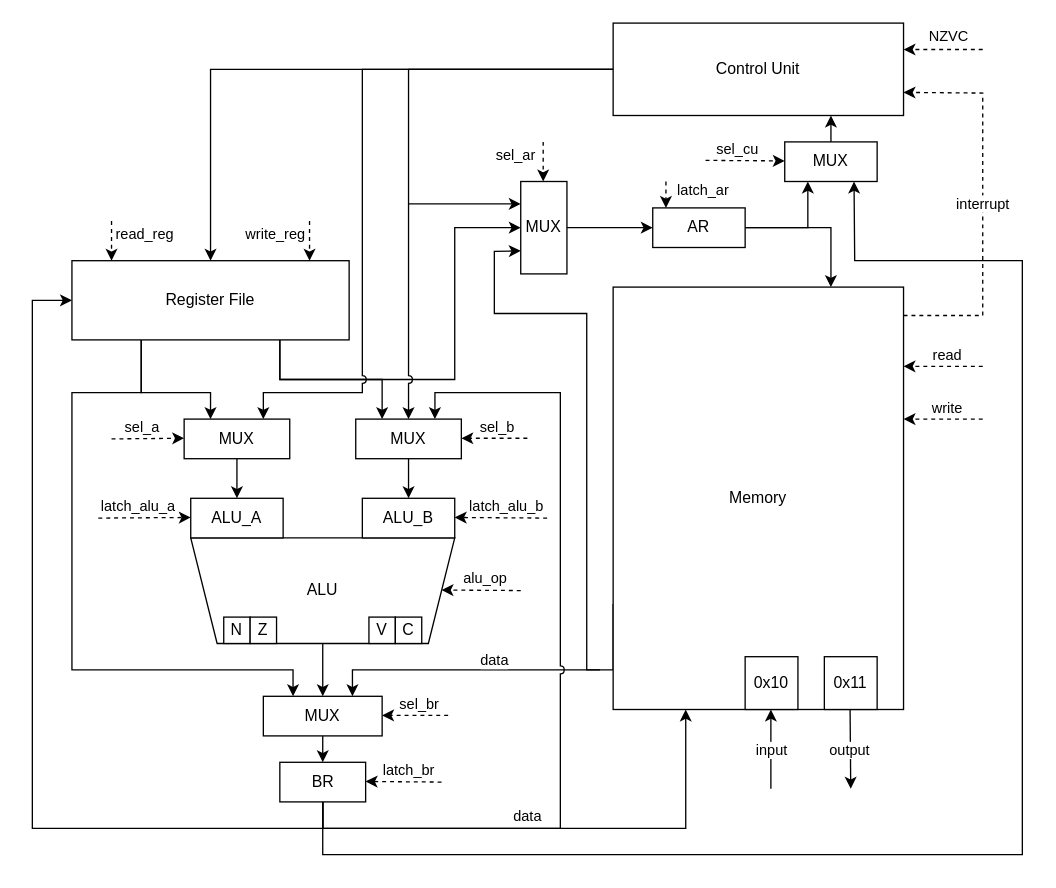
The draw.io diagram media/source/data_path.drawio in tenolly/csa-machine, before the edit. Source tidied: cells renumbered, new cells numbered last; positions are measured from the earlier drawing's top-left corner, leaving out a move shared by most shapes. Both pictures are drawn from the tidied source at 132%, with x=0, y=0 at pixel (32, 22).
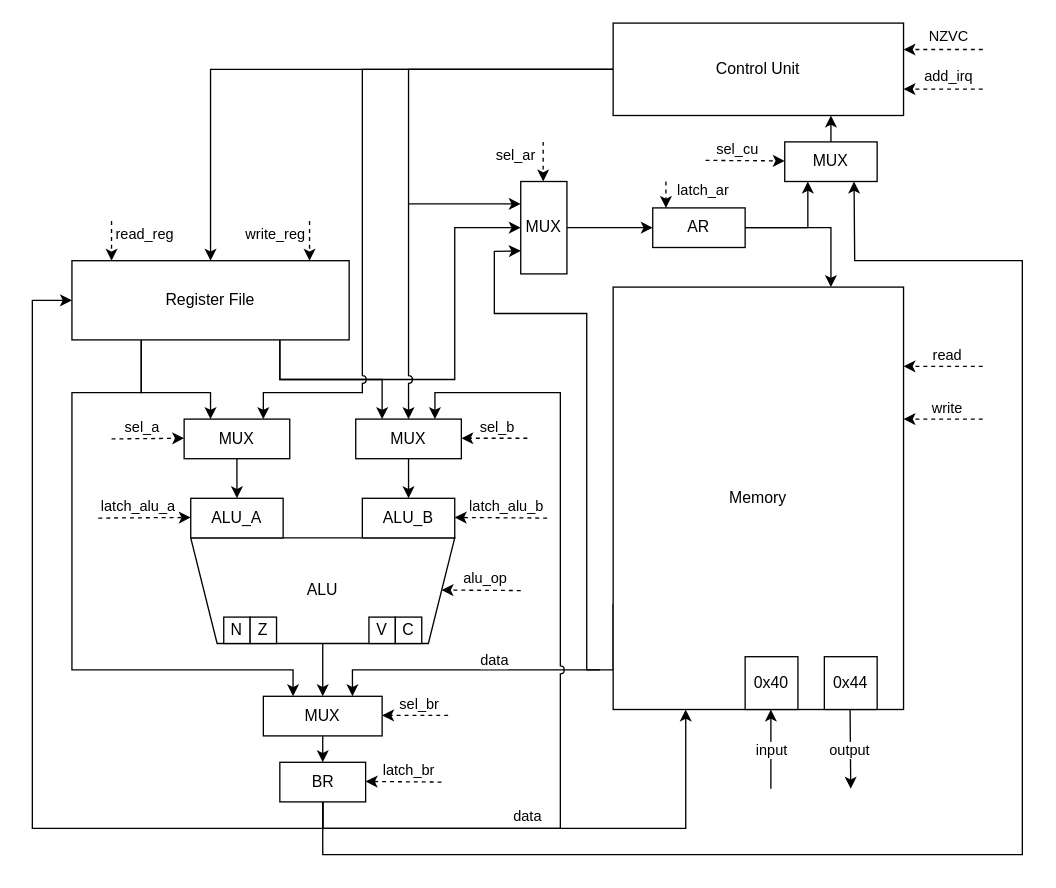
The same diagram, later.

Unchanged cells that the change refers to:
```xml
<mxCell id="3" value="Control Unit" style="rounded=0;whiteSpace=wrap;html=1;" parent="1" vertex="1">
  <mxGeometry x="440" width="220" height="70" as="geometry" />
</mxCell>
```

The edit, as a diff of the source:
```diff
@@
-    <mxCell id="42" style="endArrow=classic;html=1;rounded=0;dashed=1;entryX=1;entryY=0.75;entryDx=0;entryDy=0;" parent="1" edge="1" target="3">
-      <mxGeometry relative="1" as="geometry">
-        <mxPoint x="660" y="221.5" as="sourcePoint" />
-        <Array as="points">
-          <mxPoint x="720" y="221.5" />
-          <mxPoint x="720" y="158.5" />
-          <mxPoint x="720" y="53" />
-        </Array>
-      </mxGeometry>
-    </mxCell>
-    <mxCell id="43" value="interrupt" style="edgeLabel;html=1;align=center;verticalAlign=middle;" parent="42" vertex="1">
-      <mxGeometry x="-0.02" y="1" relative="1" as="geometry">
-        <mxPoint y="-4" as="offset" />
-      </mxGeometry>
-    </mxCell>
-    <mxCell id="44" value="0x11" style="rounded=0;whiteSpace=wrap;html=1;" parent="1" vertex="1">
+    <mxCell id="44" value="0x44" style="rounded=0;whiteSpace=wrap;html=1;" parent="1" vertex="1">
       <mxGeometry x="600" y="480" width="40" height="40" as="geometry" />
     </mxCell>
-    <mxCell id="45" value="0x10" style="rounded=0;whiteSpace=wrap;html=1;" parent="1" vertex="1">
+    <mxCell id="45" value="0x40" style="rounded=0;whiteSpace=wrap;html=1;" parent="1" vertex="1">
       <mxGeometry x="540" y="480" width="40" height="40" as="geometry" />
     </mxCell>
@@
+    <mxCell id="81" style="endArrow=classic;html=1;rounded=0;dashed=1;entryX=0.25;entryY=1;entryDx=0;entryDy=0;" parent="1" edge="1">
+      <mxGeometry relative="1" as="geometry">
+        <mxPoint x="720" y="50" as="sourcePoint" />
+        <mxPoint x="660" y="50" as="targetPoint" />
+      </mxGeometry>
+    </mxCell>
+    <mxCell id="82" value="add_irq" style="edgeLabel;html=1;align=center;verticalAlign=middle;" parent="81" vertex="1">
+      <mxGeometry x="-0.06" y="-3" relative="1" as="geometry">
+        <mxPoint x="1" y="-8" as="offset" />
+      </mxGeometry>
+    </mxCell>
```
